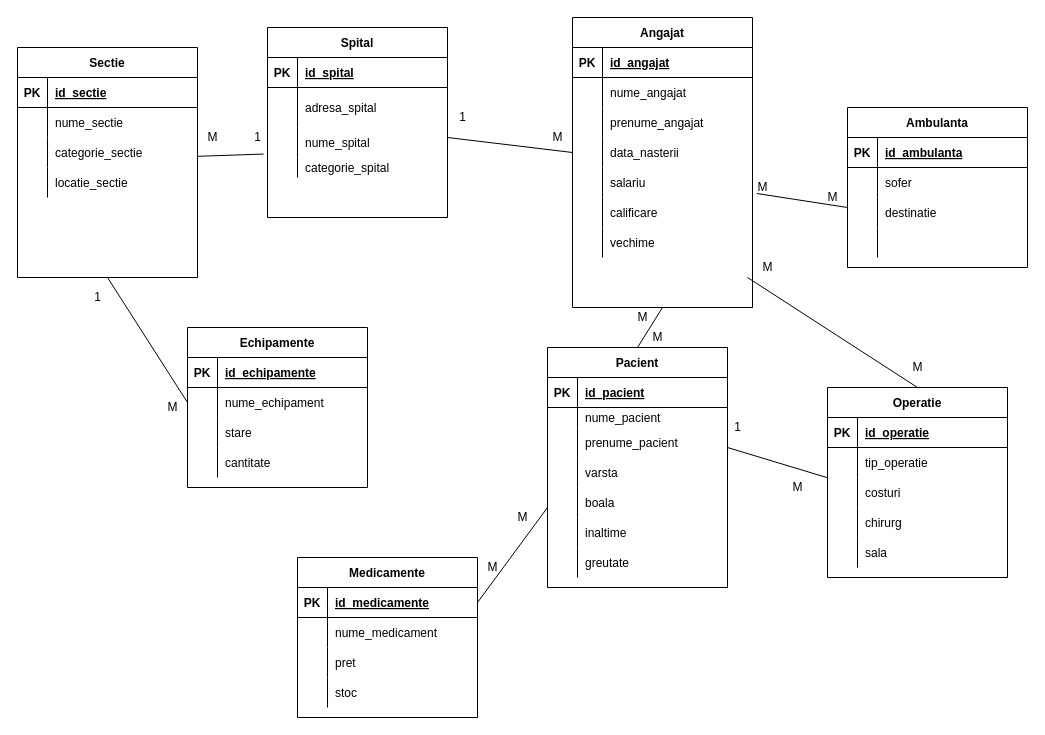
The draw.io diagram Untitled Diagram.drawio in AbuniAndrei97/wickeds, before the edit. Source tidied: cells renumbered, new cells numbered last; positions are measured from the earlier drawing's top-left corner, leaving out a move shared by most shapes. Both pictures are drawn from the tidied source at 100%, with x=0, y=0 at pixel (17, 17).
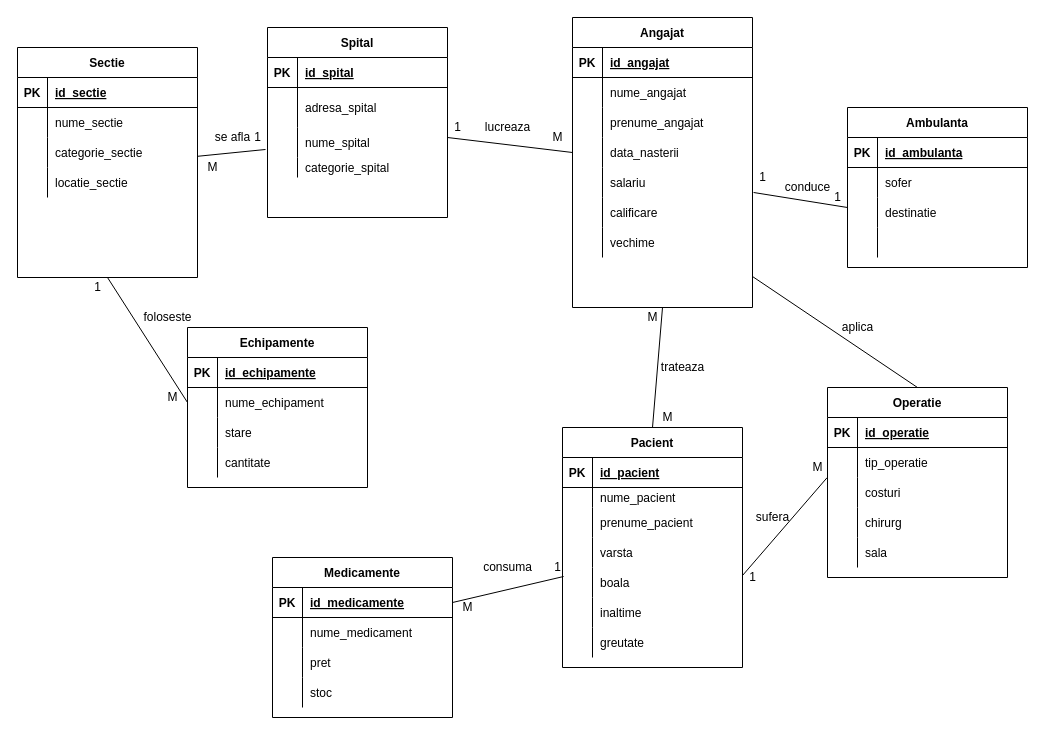
Above is the later version.

The change refers to these unchanged cells:
```xml
<mxCell id="9" style="shape=partialRectangle;fillColor=none;top=0;left=0;bottom=0;right=0;points=[[0,0.5],[1,0.5]];portConstraint=eastwest;" parent="2" vertex="1">
  <mxGeometry y="100" width="180" height="30" as="geometry" />
</mxCell>
<mxCell id="15" value="Angajat" style="shape=table;startSize=30;childLayout=tableLayout;rowLines=0;fontStyle=1;align=center;" parent="1" vertex="1">
  <mxGeometry x="555" width="180" height="290" as="geometry" />
</mxCell>
<mxCell id="25" style="shape=partialRectangle;fillColor=none;top=0;left=0;bottom=0;right=0;points=[[0,0.5],[1,0.5]];portConstraint=eastwest;" parent="15" vertex="1">
  <mxGeometry y="120" width="180" height="30" as="geometry" />
</mxCell>
<mxCell id="28" style="shape=partialRectangle;fillColor=none;top=0;left=0;bottom=0;right=0;points=[[0,0.5],[1,0.5]];portConstraint=eastwest;" parent="15" vertex="1">
  <mxGeometry y="150" width="180" height="30" as="geometry" />
</mxCell>
<mxCell id="31" style="shape=partialRectangle;fillColor=none;top=0;left=0;bottom=0;right=0;points=[[0,0.5],[1,0.5]];portConstraint=eastwest;" parent="15" vertex="1">
  <mxGeometry y="180" width="180" height="30" as="geometry" />
</mxCell>
<mxCell id="50" style="shape=partialRectangle;fillColor=none;top=0;left=0;bottom=0;right=0;points=[[0,0.5],[1,0.5]];portConstraint=eastwest;" parent="37" vertex="1">
  <mxGeometry y="140" width="180" height="30" as="geometry" />
</mxCell>
<mxCell id="59" value="Sectie" style="shape=table;startSize=30;childLayout=tableLayout;rowLines=0;fontStyle=1;align=center;" parent="1" vertex="1">
  <mxGeometry y="30" width="180" height="230" as="geometry" />
</mxCell>
<mxCell id="73" style="shape=partialRectangle;fillColor=none;top=0;left=0;bottom=1;right=0;points=[[0,0.5],[1,0.5]];portConstraint=eastwest;" parent="72" vertex="1">
  <mxGeometry y="30" width="180" height="30" as="geometry" />
</mxCell>
<mxCell id="89" style="shape=partialRectangle;fillColor=none;top=0;left=0;bottom=0;right=0;points=[[0,0.5],[1,0.5]];portConstraint=eastwest;" parent="85" vertex="1">
  <mxGeometry y="60" width="180" height="30" as="geometry" />
</mxCell>
<mxCell id="98" value="Operatie" style="shape=table;startSize=30;childLayout=tableLayout;rowLines=0;fontStyle=1;align=center;" parent="1" vertex="1">
  <mxGeometry x="810" y="370" width="180" height="190" as="geometry" />
</mxCell>
<mxCell id="105" style="shape=partialRectangle;fillColor=none;top=0;left=0;bottom=0;right=0;points=[[0,0.5],[1,0.5]];portConstraint=eastwest;" parent="98" vertex="1">
  <mxGeometry y="90" width="180" height="30" as="geometry" />
</mxCell>
```

What changed in the source:
```diff
@@
     <mxCell id="37" value="Pacient" style="shape=table;startSize=30;childLayout=tableLayout;rowLines=0;fontStyle=1;align=center;" parent="1" vertex="1">
-      <mxGeometry x="530" y="330" width="180" height="240" as="geometry" />
+      <mxGeometry x="545" y="410" width="180" height="240" as="geometry" />
     </mxCell>
@@
     <mxCell id="72" value="Medicamente" style="shape=table;startSize=30;childLayout=tableLayout;rowLines=0;fontStyle=1;align=center;" parent="1" vertex="1">
-      <mxGeometry x="280" y="540" width="180" height="160" as="geometry" />
+      <mxGeometry x="255" y="540" width="180" height="160" as="geometry" />
     </mxCell>
@@
-    <mxCell id="127" style="endArrow=none;html=1;rounded=0;entryX=0;entryY=0.5;entryDx=0;entryDy=0;" parent="1" edge="1" target="25">
+    <mxCell id="127" style="endArrow=none;html=1;rounded=0;entryX=0;entryY=0.5;entryDx=0;entryDy=0;endFill=0;" parent="1" edge="1" target="25">
       <mxGeometry relative="1" as="geometry">
         <mxPoint x="430" y="120" as="sourcePoint" />
       </mxGeometry>
     </mxCell>
-    <mxCell id="128" value="1" style="text;html=1;align=center;verticalAlign=middle;strokeColor=none;" parent="1" vertex="1">
-      <mxGeometry x="435" y="90" width="20" height="20" as="geometry" />
-    </mxCell>
-    <mxCell id="129" value="M" style="text;html=1;align=center;verticalAlign=middle;strokeColor=none;" parent="1" vertex="1">
-      <mxGeometry x="525" y="110" width="30" height="20" as="geometry" />
-    </mxCell>
-    <mxCell id="130" style="endArrow=none;html=1;rounded=0;exitX=1;exitY=0.5;exitDx=0;exitDy=0;" parent="1" edge="1" source="73">
-      <mxGeometry relative="1" as="geometry">
-        <mxPoint x="530" y="490" as="targetPoint" />
-      </mxGeometry>
+    <mxCell id="130" style="endArrow=none;html=1;rounded=0;exitX=1;exitY=0.5;exitDx=0;exitDy=0;startArrow=none;startFill=0;endFill=0;entryX=0.006;entryY=0.3;entryDx=0;entryDy=0;entryPerimeter=0;" parent="1" edge="1" source="73" target="50">
+      <mxGeometry relative="1" as="geometry" />
     </mxCell>
-    <mxCell id="131" style="endArrow=none;html=1;rounded=0;entryX=0.5;entryY=0;entryDx=0;entryDy=0;exitX=0.5;exitY=1;exitDx=0;exitDy=0;" parent="1" edge="1" source="15" target="37">
+    <mxCell id="131" style="endArrow=none;html=1;rounded=0;entryX=0.5;entryY=0;entryDx=0;entryDy=0;exitX=0.5;exitY=1;exitDx=0;exitDy=0;startArrow=none;startFill=0;endFill=0;" parent="1" edge="1" source="15" target="37">
       <mxGeometry relative="1" as="geometry" />
     </mxCell>
-    <mxCell id="132" value="M" style="text;html=1;align=center;verticalAlign=middle;strokeColor=none;" parent="1" vertex="1">
-      <mxGeometry x="610" y="290" width="30" height="20" as="geometry" />
-    </mxCell>
-    <mxCell id="133" value="M" style="text;html=1;align=center;verticalAlign=middle;strokeColor=none;" parent="1" vertex="1">
-      <mxGeometry x="625" y="310" width="30" height="20" as="geometry" />
-    </mxCell>
-    <mxCell id="134" value="M" style="text;html=1;align=center;verticalAlign=middle;strokeColor=none;" parent="1" vertex="1">
-      <mxGeometry x="490" y="490" width="30" height="20" as="geometry" />
-    </mxCell>
-    <mxCell id="135" value="M" style="text;html=1;align=center;verticalAlign=middle;strokeColor=none;" parent="1" vertex="1">
-      <mxGeometry x="460" y="540" width="30" height="20" as="geometry" />
-    </mxCell>
-    <mxCell id="136" style="endArrow=none;html=1;rounded=0;exitX=1.024;exitY=-0.133;exitDx=0;exitDy=0;exitPerimeter=0;" parent="1" edge="1" source="31">
+    <mxCell id="136" style="endArrow=none;html=1;rounded=0;exitX=1.006;exitY=0.833;exitDx=0;exitDy=0;exitPerimeter=0;startArrow=none;startFill=0;endFill=0;" parent="1" edge="1" source="28">
       <mxGeometry relative="1" as="geometry">
         <mxPoint x="830" y="190" as="targetPoint" />
       </mxGeometry>
     </mxCell>
-    <mxCell id="137" value="M" style="text;html=1;align=center;verticalAlign=middle;strokeColor=none;" parent="1" vertex="1">
-      <mxGeometry x="730" y="160" width="30" height="20" as="geometry" />
-    </mxCell>
-    <mxCell id="138" value="M" style="text;html=1;align=center;verticalAlign=middle;strokeColor=none;" parent="1" vertex="1">
-      <mxGeometry x="800" y="170" width="30" height="20" as="geometry" />
-    </mxCell>
-    <mxCell id="139" style="endArrow=none;html=1;rounded=0;exitX=0.5;exitY=1;exitDx=0;exitDy=0;entryX=0;entryY=0.5;entryDx=0;entryDy=0;" parent="1" edge="1" source="59" target="89">
+    <mxCell id="139" style="endArrow=none;html=1;rounded=0;exitX=0.5;exitY=1;exitDx=0;exitDy=0;entryX=0;entryY=0.5;entryDx=0;entryDy=0;endFill=0;" parent="1" edge="1" source="59" target="89">
       <mxGeometry relative="1" as="geometry" />
     </mxCell>
-    <mxCell id="140" value="1" style="text;html=1;align=center;verticalAlign=middle;strokeColor=none;" parent="1" vertex="1">
-      <mxGeometry x="70" y="270" width="20" height="20" as="geometry" />
-    </mxCell>
-    <mxCell id="141" value="M" style="text;html=1;align=center;verticalAlign=middle;strokeColor=none;" parent="1" vertex="1">
-      <mxGeometry x="140" y="380" width="30" height="20" as="geometry" />
-    </mxCell>
-    <mxCell id="142" style="endArrow=none;html=1;rounded=0;entryX=-0.022;entryY=0.886;entryDx=0;entryDy=0;entryPerimeter=0;" parent="1" edge="1" target="9">
+    <mxCell id="142" style="endArrow=none;html=1;rounded=0;entryX=-0.011;entryY=0.733;entryDx=0;entryDy=0;entryPerimeter=0;startArrow=none;startFill=0;" parent="1" edge="1" target="9">
       <mxGeometry relative="1" as="geometry">
         <mxPoint x="180" y="138.8" as="sourcePoint" />
       </mxGeometry>
     </mxCell>
-    <mxCell id="143" value="1" style="text;html=1;align=center;verticalAlign=middle;strokeColor=none;" parent="1" vertex="1">
-      <mxGeometry x="230" y="110" width="20" height="20" as="geometry" />
-    </mxCell>
-    <mxCell id="144" value="M" style="text;html=1;align=center;verticalAlign=middle;strokeColor=none;" parent="1" vertex="1">
-      <mxGeometry x="180" y="110" width="30" height="20" as="geometry" />
-    </mxCell>
-    <mxCell id="145" style="endArrow=none;html=1;rounded=0;entryX=-0.002;entryY=0.004;entryDx=0;entryDy=0;entryPerimeter=0;" parent="1" edge="1" target="105">
-      <mxGeometry relative="1" as="geometry">
-        <mxPoint x="710" y="430" as="sourcePoint" />
-      </mxGeometry>
+    <mxCell id="145" style="endArrow=none;html=1;rounded=0;entryX=-0.002;entryY=0.004;entryDx=0;entryDy=0;entryPerimeter=0;endFill=0;exitX=1;exitY=0.267;exitDx=0;exitDy=0;exitPerimeter=0;" parent="1" edge="1" source="50" target="105">
+      <mxGeometry relative="1" as="geometry" />
     </mxCell>
-    <mxCell id="146" style="endArrow=none;html=1;rounded=0;entryX=0.5;entryY=0;entryDx=0;entryDy=0;" parent="1" edge="1" target="98">
+    <mxCell id="146" style="endArrow=none;html=1;rounded=0;entryX=0.5;entryY=0;entryDx=0;entryDy=0;exitX=0;exitY=0.95;exitDx=0;exitDy=0;exitPerimeter=0;startArrow=none;startFill=0;endFill=0;" parent="1" edge="1" target="98">
       <mxGeometry relative="1" as="geometry">
-        <mxPoint x="730" y="260" as="sourcePoint" />
+        <mxPoint x="735" y="259" as="sourcePoint" />
       </mxGeometry>
     </mxCell>
-    <mxCell id="147" value="1" style="text;html=1;align=center;verticalAlign=middle;strokeColor=none;" parent="1" vertex="1">
-      <mxGeometry x="710" y="400" width="20" height="20" as="geometry" />
-    </mxCell>
-    <mxCell id="148" value="M" style="text;html=1;align=center;verticalAlign=middle;strokeColor=none;" parent="1" vertex="1">
-      <mxGeometry x="765" y="460" width="30" height="20" as="geometry" />
-    </mxCell>
-    <mxCell id="149" value="M" style="text;html=1;align=center;verticalAlign=middle;strokeColor=none;" parent="1" vertex="1">
-      <mxGeometry x="885" y="340" width="30" height="20" as="geometry" />
-    </mxCell>
-    <mxCell id="150" value="M" style="text;html=1;align=center;verticalAlign=middle;strokeColor=none;" parent="1" vertex="1">
-      <mxGeometry x="735" y="240" width="30" height="20" as="geometry" />
-    </mxCell>
+    <mxCell id="143" value="1" style="text;html=1;align=center;verticalAlign=middle;strokeColor=none;" parent="1" vertex="1">
+      <mxGeometry x="230" y="110" width="20" height="20" as="geometry" />
+    </mxCell>
+    <mxCell id="151" value="M" style="text;html=1;align=center;verticalAlign=middle;strokeColor=none;" parent="1" vertex="1">
+      <mxGeometry x="180" y="140" width="30" height="20" as="geometry" />
+    </mxCell>
+    <mxCell id="152" value="1" style="text;html=1;align=center;verticalAlign=middle;strokeColor=none;" parent="1" vertex="1">
+      <mxGeometry x="430" y="100" width="20" height="20" as="geometry" />
+    </mxCell>
+    <mxCell id="129" value="M" style="text;html=1;align=center;verticalAlign=middle;strokeColor=none;" parent="1" vertex="1">
+      <mxGeometry x="525" y="110" width="30" height="20" as="geometry" />
+    </mxCell>
+    <mxCell id="153" value="1" style="text;html=1;align=center;verticalAlign=middle;strokeColor=none;" parent="1" vertex="1">
+      <mxGeometry x="70" y="260" width="20" height="20" as="geometry" />
+    </mxCell>
+    <mxCell id="154" value="M" style="text;html=1;align=center;verticalAlign=middle;strokeColor=none;" parent="1" vertex="1">
+      <mxGeometry x="140" y="370" width="30" height="20" as="geometry" />
+    </mxCell>
+    <mxCell id="155" value="1" style="text;html=1;align=center;verticalAlign=middle;strokeColor=none;" parent="1" vertex="1">
+      <mxGeometry x="735" y="150" width="20" height="20" as="geometry" />
+    </mxCell>
+    <mxCell id="156" value="1" style="text;html=1;align=center;verticalAlign=middle;strokeColor=none;" parent="1" vertex="1">
+      <mxGeometry x="810" y="170" width="20" height="20" as="geometry" />
+    </mxCell>
+    <mxCell id="157" value="M" style="text;html=1;align=center;verticalAlign=middle;strokeColor=none;" parent="1" vertex="1">
+      <mxGeometry x="620" y="290" width="30" height="20" as="geometry" />
+    </mxCell>
+    <mxCell id="158" value="M" style="text;html=1;align=center;verticalAlign=middle;strokeColor=none;" parent="1" vertex="1">
+      <mxGeometry x="635" y="390" width="30" height="20" as="geometry" />
+    </mxCell>
+    <mxCell id="159" value="M" style="text;html=1;align=center;verticalAlign=middle;strokeColor=none;" parent="1" vertex="1">
+      <mxGeometry x="785" y="440" width="30" height="20" as="geometry" />
+    </mxCell>
+    <mxCell id="160" value="1" style="text;html=1;align=center;verticalAlign=middle;strokeColor=none;" parent="1" vertex="1">
+      <mxGeometry x="530" y="540" width="20" height="20" as="geometry" />
+    </mxCell>
+    <mxCell id="161" value="M" style="text;html=1;align=center;verticalAlign=middle;strokeColor=none;" parent="1" vertex="1">
+      <mxGeometry x="435" y="580" width="30" height="20" as="geometry" />
+    </mxCell>
+    <mxCell id="162" value="aplica" style="text;html=1;align=center;verticalAlign=middle;strokeColor=none;" parent="1" vertex="1">
+      <mxGeometry x="815" y="300" width="50" height="20" as="geometry" />
+    </mxCell>
+    <mxCell id="163" value="conduce" style="text;html=1;align=center;verticalAlign=middle;strokeColor=none;" parent="1" vertex="1">
+      <mxGeometry x="760" y="160" width="60" height="20" as="geometry" />
+    </mxCell>
+    <mxCell id="164" value="lucreaza" style="text;html=1;align=center;verticalAlign=middle;strokeColor=none;" parent="1" vertex="1">
+      <mxGeometry x="460" y="100" width="60" height="20" as="geometry" />
+    </mxCell>
+    <mxCell id="165" value="se afla" style="text;html=1;align=center;verticalAlign=middle;strokeColor=none;" parent="1" vertex="1">
+      <mxGeometry x="190" y="110" width="50" height="20" as="geometry" />
+    </mxCell>
+    <mxCell id="166" value="foloseste" style="text;html=1;align=center;verticalAlign=middle;strokeColor=none;" parent="1" vertex="1">
+      <mxGeometry x="120" y="290" width="60" height="20" as="geometry" />
+    </mxCell>
+    <mxCell id="167" value="consuma" style="text;html=1;align=center;verticalAlign=middle;strokeColor=none;" parent="1" vertex="1">
+      <mxGeometry x="460" y="540" width="60" height="20" as="geometry" />
+    </mxCell>
+    <mxCell id="168" value="sufera" style="text;html=1;align=center;verticalAlign=middle;strokeColor=none;" parent="1" vertex="1">
+      <mxGeometry x="730" y="490" width="50" height="20" as="geometry" />
+    </mxCell>
+    <mxCell id="169" value="trateaza" style="text;html=1;align=center;verticalAlign=middle;strokeColor=none;" parent="1" vertex="1">
+      <mxGeometry x="635" y="340" width="60" height="20" as="geometry" />
+    </mxCell>
+    <mxCell id="170" value="1" style="text;html=1;align=center;verticalAlign=middle;strokeColor=none;" parent="1" vertex="1">
+      <mxGeometry x="725" y="550" width="20" height="20" as="geometry" />
+    </mxCell>
```
